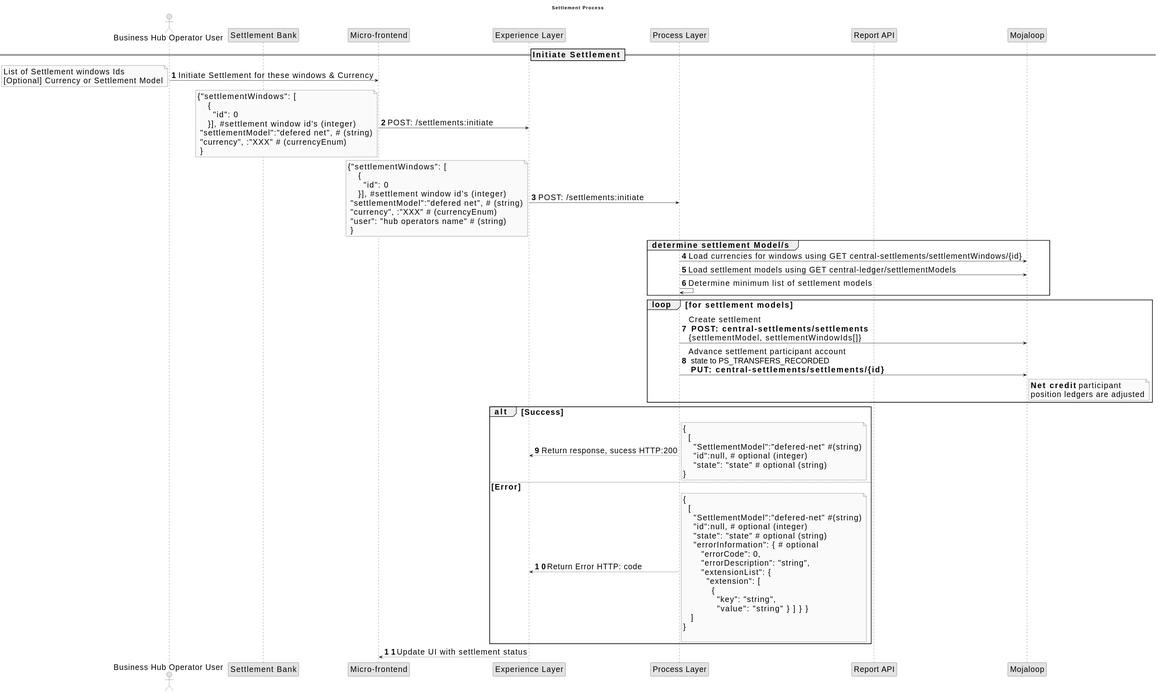
This is docs/.vuepress/public/settlementProcessInitiationErrors.svg from mojaloop/business-operations-framework-docs, a PlantUML export, as it was before one commit. Its diagram source:
```plantuml
@startuml
skinparam activityFontSize 4
skinparam activityDiamondFontSize 30
skinparam activityArrowFontSize 24
skinparam defaultFontSize 24
skinparam noteFontSize 24
skinparam monochrome true
autonumber

title Settlement Process

actor "Business Hub Operator User" as bu

participant "Settlement Bank" as sbank
participant "Micro-frontend" as ui
participant "Experience Layer" as el
participant "Process Layer" as pl
participant "Report API" as report
participant "Mojaloop" as moja


== Initiate Settlement ==
bu->ui: Initiate Settlement for these windows & Currency

note left
List of Settlement windows Ids
[Optional] Currency or Settlement Model
end note

ui->el: POST: /settlements:initiate
note left
{"settlementWindows": [
    {
      "id": 0
    }], #settlement window id's (integer)
 "settlementModel":"defered net", # (string)
 "currency", :"XXX" # (currencyEnum)
 }
end note
el->pl: POST: /settlements:initiate
note left
{"settlementWindows": [
    {
      "id": 0
    }], #settlement window id's (integer)
 "settlementModel":"defered net", # (string)
 "currency", :"XXX" # (currencyEnum)
 "user": "hub operators name" # (string)
 }
end note
group determine settlement Model/s
pl->moja: Load currencies for windows using GET central-settlements/settlementWindows/{id}
pl->moja: Load settlement models using GET central-ledger/settlementModels
pl->pl: Determine minimum list of settlement models
end

loop for settlement models
pl->moja: Create settlement \n **POST: central-settlements/settlements** \n{settlementModel, settlementWindowIds[]}
pl->moja: Advance settlement participant account\n state to PS_TRANSFERS_RECORDED \n **PUT: central-settlements/settlements/{id}**
note right moja
**Net credit** participant
position ledgers are adjusted
end note
end loop

alt Success
pl-->el: Return response, sucess HTTP:200
note right
 {
   [
     "SettlementModel":"defered-net" #(string)
     "id":null, # optional (integer)
     "state": "state" # optional (string)
 }
end note
else Error
 pl-->el: Return Error HTTP: code

note right
 {
   [
     "SettlementModel":"defered-net" #(string)
     "id":null, # optional (integer)
     "state": "state" # optional (string)
     "errorInformation": { # optional
        "errorCode": 0,
        "errorDescription": "string",
        "extensionList": {
          "extension": [
            {
              "key": "string",
              "value": "string" } ] } }
    ]
 }

end note
end

el-->ui: Update UI with settlement status
@enduml
```
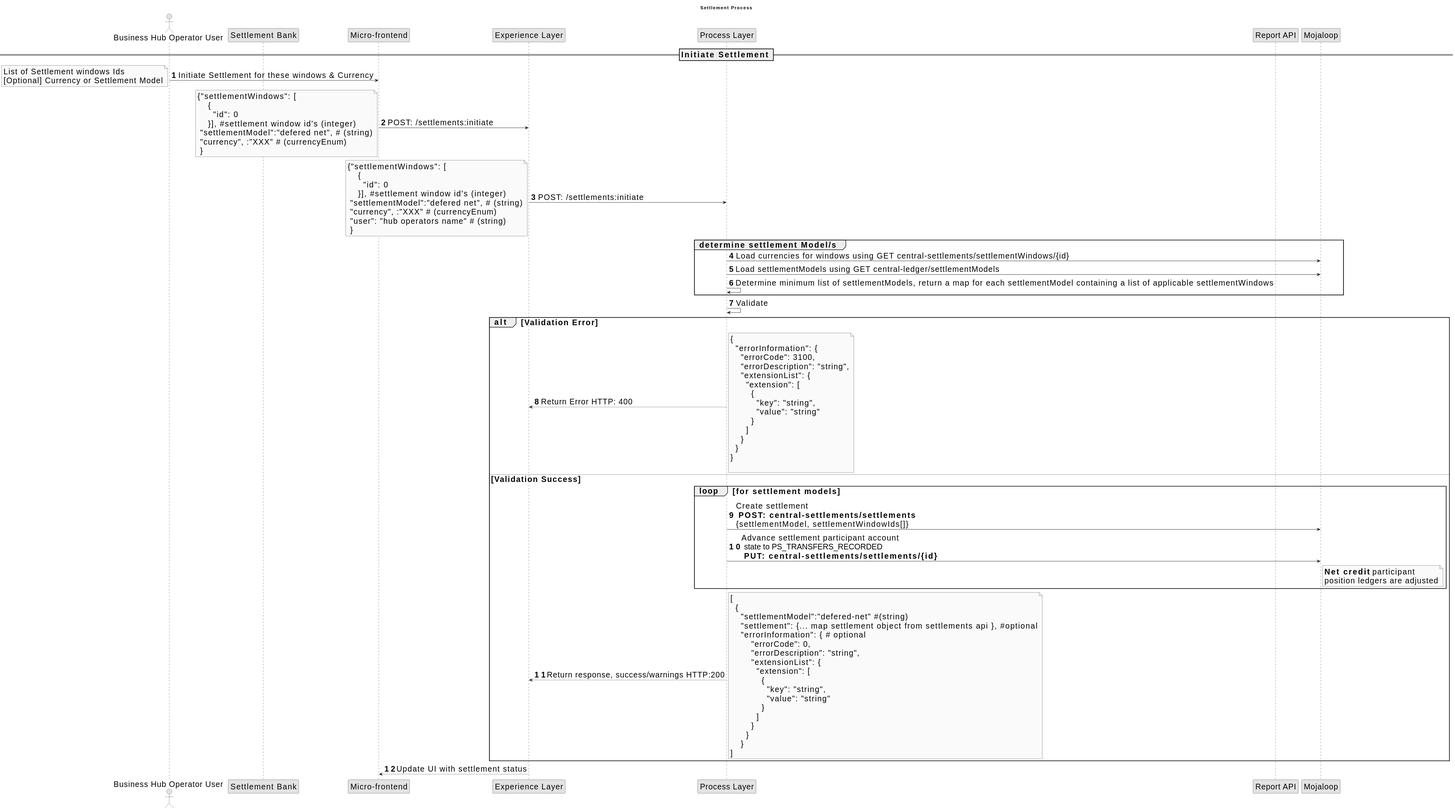
After the change.

Commit message:
error cases

What changed in the source:
```diff
@@ -50,50 +50,61 @@
 end note
 group determine settlement Model/s
 pl->moja: Load currencies for windows using GET central-settlements/settlementWindows/{id}
-pl->moja: Load settlement models using GET central-ledger/settlementModels
-pl->pl: Determine minimum list of settlement models
+pl->moja: Load settlementModels using GET central-ledger/settlementModels
+pl->pl: Determine minimum list of settlementModels, return a map for each settlementModel containing a list of applicable settlementWindows
 end
+pl->pl: Validate
+alt Validation Error
+  pl-->el: Return Error HTTP: 400
 
-loop for settlement models
-pl->moja: Create settlement \n **POST: central-settlements/settlements** \n{settlementModel, settlementWindowIds[]}
-pl->moja: Advance settlement participant account\n state to PS_TRANSFERS_RECORDED \n **PUT: central-settlements/settlements/{id}**
-note right moja
-**Net credit** participant
-position ledgers are adjusted
-end note
-end loop
-
-alt Success
-pl-->el: Return response, sucess HTTP:200
-note right
- {
-   [
-     "SettlementModel":"defered-net" #(string)
-     "id":null, # optional (integer)
-     "state": "state" # optional (string)
- }
-end note
-else Error
- pl-->el: Return Error HTTP: code
-
-note right
- {
-   [
-     "SettlementModel":"defered-net" #(string)
-     "id":null, # optional (integer)
-     "state": "state" # optional (string)
-     "errorInformation": { # optional
-        "errorCode": 0,
+  note right
+    {
+      "errorInformation": {
+        "errorCode": 3100,
         "errorDescription": "string",
         "extensionList": {
           "extension": [
             {
               "key": "string",
-              "value": "string" } ] } }
-    ]
- }
+              "value": "string"
+            }
+          ]
+        }
+      }
+    }
 
-end note
+  end note
+else Validation Success
+  loop for settlement models
+  pl->moja: Create settlement \n **POST: central-settlements/settlements** \n{settlementModel, settlementWindowIds[]}
+  pl->moja: Advance settlement participant account\n state to PS_TRANSFERS_RECORDED \n **PUT: central-settlements/settlements/{id}**
+  note right moja
+  **Net credit** participant
+  position ledgers are adjusted
+  end note
+  end loop
+
+  pl-->el: Return response, success/warnings HTTP:200
+  note right
+  [
+    {
+      "settlementModel":"defered-net" #(string)
+      "settlement": {... map settlement object from settlements api }, #optional
+      "errorInformation": { # optional
+          "errorCode": 0,
+          "errorDescription": "string",
+          "extensionList": {
+            "extension": [
+              {
+                "key": "string",
+                "value": "string"
+              }
+            ]
+          }
+        }
+      }
+  ]
+  end note
 end
 
 el-->ui: Update UI with settlement status
```
